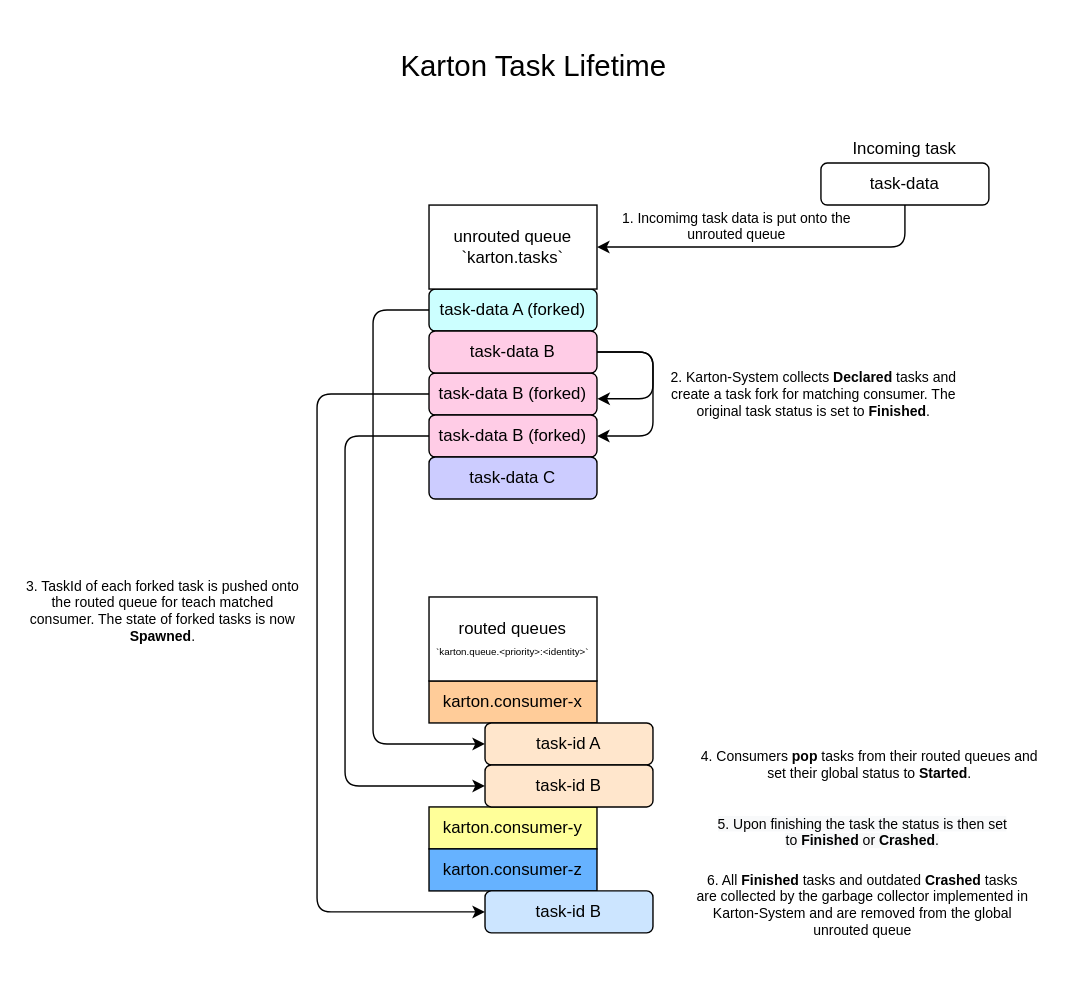
Before: docs/task-lifetime.svg, a diagram exported from draw.io (CERT-Polska/karton). Source tidied: cells renumbered, new cells last; positions are measured from the earlier drawing's top-left corner, leaving out a move shared by most shapes.
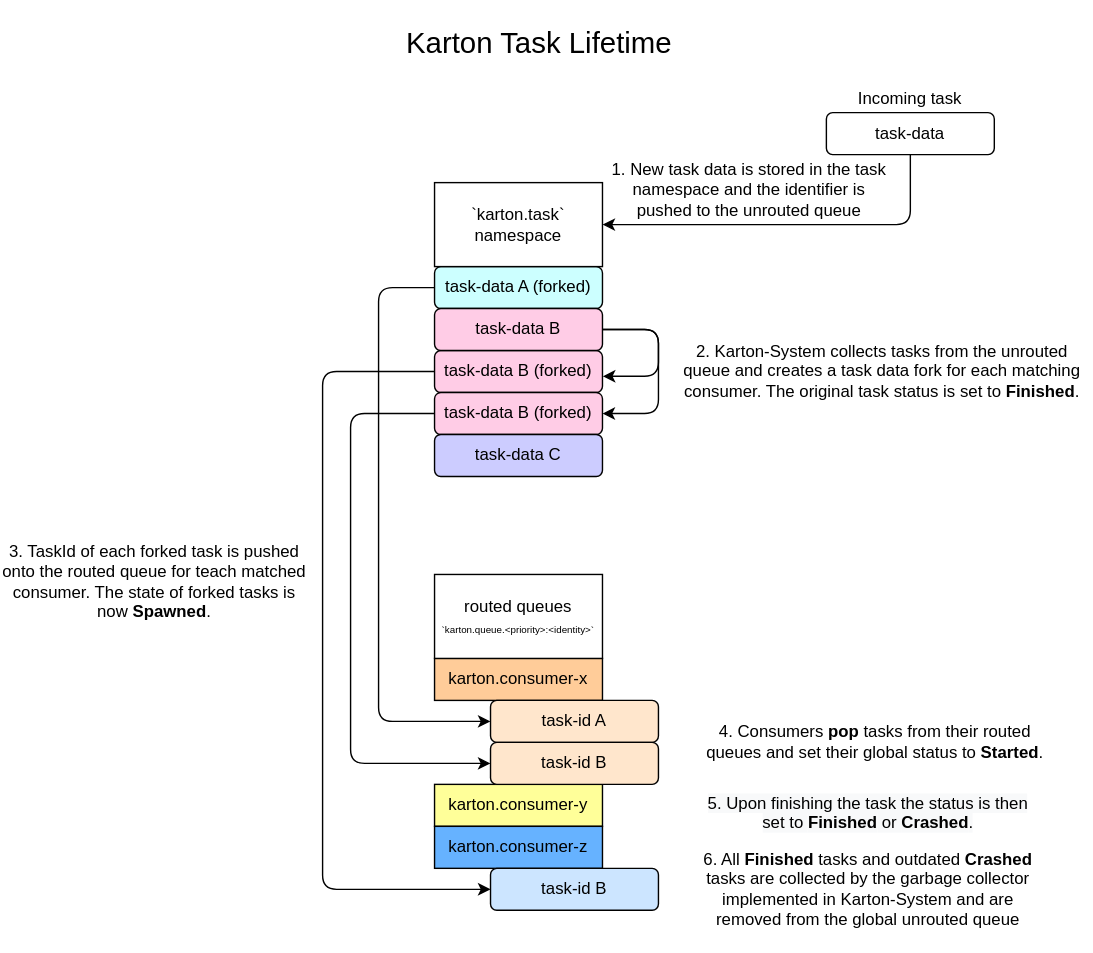
The same diagram one commit later.

Change to the diagram source:
```diff
@@ -14,14 +14,14 @@
     <mxCell id="5" value="task-data C" style="whiteSpace=wrap;html=1;fillColor=#CCCCFF;rounded=1;" parent="1" vertex="1">
       <mxGeometry x="290" y="310" width="120" height="30" as="geometry" />
     </mxCell>
-    <mxCell id="6" value="unrouted queue&lt;br&gt;`karton.tasks`" style="whiteSpace=wrap;html=1;rounded=0;" parent="1" vertex="1">
+    <mxCell id="6" value="`karton.task` namespace" style="whiteSpace=wrap;html=1;rounded=0;" parent="1" vertex="1">
       <mxGeometry x="290" y="130" width="120" height="60" as="geometry" />
     </mxCell>
     <mxCell id="7" value="Incoming task" style="text;html=1;strokeColor=none;fillColor=none;align=center;verticalAlign=middle;whiteSpace=wrap;rounded=1;" parent="1" vertex="1">
-      <mxGeometry x="570" y="80" width="120" height="20" as="geometry" />
+      <mxGeometry x="570" y="60" width="120" height="20" as="geometry" />
     </mxCell>
     <mxCell id="8" value="task-data" style="whiteSpace=wrap;html=1;rounded=1;" parent="1" vertex="1">
-      <mxGeometry x="570" y="100" width="120" height="30" as="geometry" />
+      <mxGeometry x="570" y="80" width="120" height="30" as="geometry" />
     </mxCell>
     <mxCell id="9" value="karton.consumer-x" style="whiteSpace=wrap;html=1;fillColor=#FFCC99;rounded=0;" parent="1" vertex="1">
       <mxGeometry x="290" y="470" width="120" height="30" as="geometry" />
@@ -54,14 +54,14 @@
     <mxCell id="17" value="Karton Task Lifetime" style="text;html=1;strokeColor=none;fillColor=none;align=center;verticalAlign=middle;whiteSpace=wrap;fontSize=21;rounded=1;" parent="1" vertex="1">
       <mxGeometry x="195" width="340" height="60" as="geometry" />
     </mxCell>
-    <mxCell id="18" value="1. Incomimg task data is put onto the unrouted queue" style="text;html=1;strokeColor=none;fillColor=none;align=center;verticalAlign=middle;whiteSpace=wrap;fontSize=10;rounded=1;" parent="1" vertex="1">
-      <mxGeometry x="425" y="130" width="170" height="30" as="geometry" />
+    <mxCell id="18" value="1. New task data is stored in the task namespace and the identifier is pushed to the unrouted queue" style="text;html=1;strokeColor=none;fillColor=none;align=center;verticalAlign=middle;whiteSpace=wrap;fontSize=12;rounded=1;" parent="1" vertex="1">
+      <mxGeometry x="410" y="110" width="210" height="50" as="geometry" />
     </mxCell>
-    <mxCell id="19" value="2. Karton-System collects &lt;b&gt;Declared&lt;/b&gt;&amp;nbsp;tasks and create a task fork for matching consumer. The original task status is set to &lt;b&gt;Finished&lt;/b&gt;." style="text;html=1;strokeColor=none;fillColor=none;align=center;verticalAlign=middle;whiteSpace=wrap;fontSize=10;rounded=1;" parent="1" vertex="1">
-      <mxGeometry x="460" y="250" width="210" height="30" as="geometry" />
+    <mxCell id="19" value="2. Karton-System collects tasks from the unrouted queue and creates a task data fork for each matching consumer. The original task status is set to &lt;b style=&quot;font-size: 12px&quot;&gt;Finished&lt;/b&gt;." style="text;html=1;strokeColor=none;fillColor=none;align=center;verticalAlign=middle;whiteSpace=wrap;fontSize=12;rounded=1;" parent="1" vertex="1">
+      <mxGeometry x="460" y="230" width="300" height="70" as="geometry" />
     </mxCell>
-    <mxCell id="20" value="3. TaskId of each forked task is pushed onto the routed queue for teach matched consumer. The state of forked tasks is now &lt;b&gt;Spawned&lt;/b&gt;." style="text;html=1;strokeColor=none;fillColor=none;align=center;verticalAlign=middle;whiteSpace=wrap;fontSize=10;rounded=1;" parent="1" vertex="1">
-      <mxGeometry y="390" width="200" height="60" as="geometry" />
+    <mxCell id="20" value="3. TaskId of each forked task is pushed onto the routed queue for teach matched consumer. The state of forked tasks is now &lt;b style=&quot;font-size: 12px;&quot;&gt;Spawned&lt;/b&gt;." style="text;html=1;strokeColor=none;fillColor=none;align=center;verticalAlign=middle;whiteSpace=wrap;fontSize=12;rounded=1;" parent="1" vertex="1">
+      <mxGeometry x="-20" y="380" width="220" height="70" as="geometry" />
     </mxCell>
     <mxCell id="21" value="task-data B" style="whiteSpace=wrap;html=1;fillColor=#FFCCE6;rounded=1;" parent="1" vertex="1">
       <mxGeometry x="290" y="220" width="120" height="30" as="geometry" />
@@ -80,7 +80,7 @@
         </Array>
       </mxGeometry>
     </mxCell>
-    <mxCell id="24" value="4. Consumers &lt;b&gt;pop&lt;/b&gt; tasks from their routed queues and set their global status to &lt;b&gt;Started&lt;/b&gt;." style="text;html=1;strokeColor=none;fillColor=none;align=center;verticalAlign=middle;whiteSpace=wrap;fontSize=10;rounded=1;" parent="1" vertex="1">
+    <mxCell id="24" value="4. Consumers &lt;b style=&quot;font-size: 12px;&quot;&gt;pop&lt;/b&gt; tasks from their routed queues and set their global status to &lt;b style=&quot;font-size: 12px;&quot;&gt;Started&lt;/b&gt;." style="text;html=1;strokeColor=none;fillColor=none;align=center;verticalAlign=middle;whiteSpace=wrap;fontSize=12;rounded=1;" parent="1" vertex="1">
       <mxGeometry x="480" y="500" width="250" height="60" as="geometry" />
     </mxCell>
     <mxCell id="25" style="edgeStyle=elbowEdgeStyle;elbow=vertical;endArrow=classic;html=1;fontSize=10;exitX=0;exitY=0.5;exitDx=0;exitDy=0;entryX=0;entryY=0.5;entryDx=0;entryDy=0;" parent="1" edge="1" source="2" target="14">
@@ -104,10 +104,10 @@
         </Array>
       </mxGeometry>
     </mxCell>
-    <mxCell id="28" value="&lt;span style=&quot;color: rgb(0, 0, 0); font-family: helvetica; font-size: 10px; font-style: normal; font-weight: 400; letter-spacing: normal; text-indent: 0px; text-transform: none; word-spacing: 0px; background-color: rgb(248, 249, 250); display: inline; float: none;&quot;&gt;5. Upon finishing the task the status is then set to&lt;span&gt;&amp;nbsp;&lt;/span&gt;&lt;/span&gt;&lt;b style=&quot;color: rgb(0, 0, 0); font-family: helvetica; font-size: 10px; font-style: normal; letter-spacing: normal; text-indent: 0px; text-transform: none; word-spacing: 0px; background-color: rgb(248, 249, 250);&quot;&gt;Finished&lt;/b&gt;&lt;span style=&quot;color: rgb(0, 0, 0); font-family: helvetica; font-size: 10px; font-style: normal; font-weight: 400; letter-spacing: normal; text-indent: 0px; text-transform: none; word-spacing: 0px; background-color: rgb(248, 249, 250); display: inline; float: none;&quot;&gt;&lt;span&gt;&amp;nbsp;&lt;/span&gt;or&lt;span&gt;&amp;nbsp;&lt;/span&gt;&lt;/span&gt;&lt;b style=&quot;color: rgb(0, 0, 0); font-family: helvetica; font-size: 10px; font-style: normal; letter-spacing: normal; text-indent: 0px; text-transform: none; word-spacing: 0px; background-color: rgb(248, 249, 250);&quot;&gt;Crashed&lt;/b&gt;&lt;span style=&quot;color: rgb(0, 0, 0); font-family: helvetica; font-size: 10px; font-style: normal; font-weight: 400; letter-spacing: normal; text-indent: 0px; text-transform: none; word-spacing: 0px; background-color: rgb(248, 249, 250); display: inline; float: none;&quot;&gt;.&lt;/span&gt;" style="text;whiteSpace=wrap;html=1;fontSize=10;align=center;rounded=1;" parent="1" vertex="1">
+    <mxCell id="28" value="&lt;span style=&quot;color: rgb(0, 0, 0); font-family: helvetica; font-size: 12px; font-style: normal; font-weight: 400; letter-spacing: normal; text-indent: 0px; text-transform: none; word-spacing: 0px; background-color: rgb(248, 249, 250); display: inline; float: none;&quot;&gt;5. Upon finishing the task the status is then set to&lt;span style=&quot;font-size: 12px;&quot;&gt;&amp;nbsp;&lt;/span&gt;&lt;/span&gt;&lt;b style=&quot;color: rgb(0, 0, 0); font-family: helvetica; font-size: 12px; font-style: normal; letter-spacing: normal; text-indent: 0px; text-transform: none; word-spacing: 0px; background-color: rgb(248, 249, 250);&quot;&gt;Finished&lt;/b&gt;&lt;span style=&quot;color: rgb(0, 0, 0); font-family: helvetica; font-size: 12px; font-style: normal; font-weight: 400; letter-spacing: normal; text-indent: 0px; text-transform: none; word-spacing: 0px; background-color: rgb(248, 249, 250); display: inline; float: none;&quot;&gt;&lt;span style=&quot;font-size: 12px;&quot;&gt;&amp;nbsp;&lt;/span&gt;or&lt;span style=&quot;font-size: 12px;&quot;&gt;&amp;nbsp;&lt;/span&gt;&lt;/span&gt;&lt;b style=&quot;color: rgb(0, 0, 0); font-family: helvetica; font-size: 12px; font-style: normal; letter-spacing: normal; text-indent: 0px; text-transform: none; word-spacing: 0px; background-color: rgb(248, 249, 250);&quot;&gt;Crashed&lt;/b&gt;&lt;span style=&quot;color: rgb(0, 0, 0); font-family: helvetica; font-size: 12px; font-style: normal; font-weight: 400; letter-spacing: normal; text-indent: 0px; text-transform: none; word-spacing: 0px; background-color: rgb(248, 249, 250); display: inline; float: none;&quot;&gt;.&lt;/span&gt;" style="text;whiteSpace=wrap;html=1;fontSize=12;align=center;rounded=1;" parent="1" vertex="1">
       <mxGeometry x="480" y="560" width="240" height="40" as="geometry" />
     </mxCell>
-    <mxCell id="29" value="&lt;span style=&quot;color: rgb(0, 0, 0); font-family: helvetica; font-size: 10px; font-style: normal; font-weight: 400; letter-spacing: normal; text-indent: 0px; text-transform: none; word-spacing: 0px; display: inline; float: none;&quot;&gt;6. All &lt;/span&gt;&lt;span style=&quot;color: rgb(0, 0, 0); font-family: helvetica; font-size: 10px; font-style: normal; letter-spacing: normal; text-indent: 0px; text-transform: none; word-spacing: 0px; display: inline; float: none;&quot;&gt;&lt;b&gt;Finished&lt;/b&gt;&lt;/span&gt;&lt;span style=&quot;color: rgb(0, 0, 0); font-family: helvetica; font-size: 10px; font-style: normal; font-weight: 400; letter-spacing: normal; text-indent: 0px; text-transform: none; word-spacing: 0px; display: inline; float: none;&quot;&gt; tasks and outdated &lt;/span&gt;&lt;span style=&quot;color: rgb(0, 0, 0); font-family: helvetica; font-size: 10px; font-style: normal; letter-spacing: normal; text-indent: 0px; text-transform: none; word-spacing: 0px; display: inline; float: none;&quot;&gt;&lt;b&gt;Crashed&lt;/b&gt;&lt;/span&gt;&lt;span style=&quot;color: rgb(0, 0, 0); font-family: helvetica; font-size: 10px; font-style: normal; font-weight: 400; letter-spacing: normal; text-indent: 0px; text-transform: none; word-spacing: 0px; display: inline; float: none;&quot;&gt; tasks are collected by the garbage collector implemented in Karton-System and are removed from the global unrouted queue&lt;/span&gt;" style="text;whiteSpace=wrap;html=1;fontSize=10;align=center;rounded=1;labelBackgroundColor=none;" parent="1" vertex="1">
+    <mxCell id="29" value="&lt;span style=&quot;color: rgb(0, 0, 0); font-family: helvetica; font-size: 12px; font-style: normal; font-weight: 400; letter-spacing: normal; text-indent: 0px; text-transform: none; word-spacing: 0px; display: inline; float: none;&quot;&gt;6. All &lt;/span&gt;&lt;span style=&quot;color: rgb(0, 0, 0); font-family: helvetica; font-size: 12px; font-style: normal; letter-spacing: normal; text-indent: 0px; text-transform: none; word-spacing: 0px; display: inline; float: none;&quot;&gt;&lt;b style=&quot;font-size: 12px;&quot;&gt;Finished&lt;/b&gt;&lt;/span&gt;&lt;span style=&quot;color: rgb(0, 0, 0); font-family: helvetica; font-size: 12px; font-style: normal; font-weight: 400; letter-spacing: normal; text-indent: 0px; text-transform: none; word-spacing: 0px; display: inline; float: none;&quot;&gt; tasks and outdated &lt;/span&gt;&lt;span style=&quot;color: rgb(0, 0, 0); font-family: helvetica; font-size: 12px; font-style: normal; letter-spacing: normal; text-indent: 0px; text-transform: none; word-spacing: 0px; display: inline; float: none;&quot;&gt;&lt;b style=&quot;font-size: 12px;&quot;&gt;Crashed&lt;/b&gt;&lt;/span&gt;&lt;span style=&quot;color: rgb(0, 0, 0); font-family: helvetica; font-size: 12px; font-style: normal; font-weight: 400; letter-spacing: normal; text-indent: 0px; text-transform: none; word-spacing: 0px; display: inline; float: none;&quot;&gt; tasks are collected by the garbage collector implemented in Karton-System and are removed from the global unrouted queue&lt;/span&gt;" style="text;whiteSpace=wrap;html=1;fontSize=12;align=center;rounded=1;labelBackgroundColor=none;" parent="1" vertex="1">
       <mxGeometry x="480" y="600" width="240" height="80" as="geometry" />
     </mxCell>
   </root>
```
